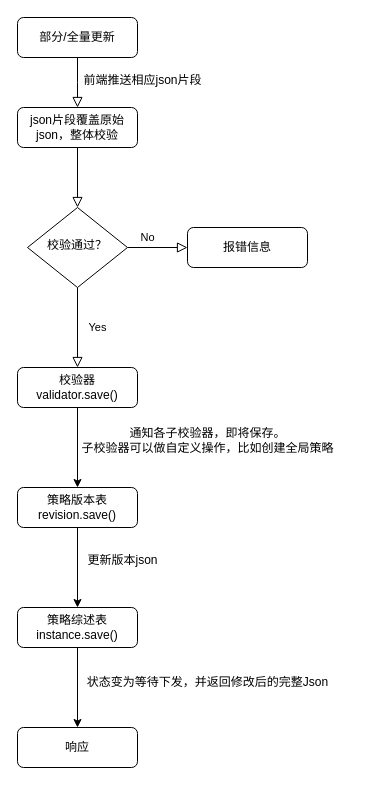
Above: policy_update.drawio in caihuayu0322/drawio-github (draw.io), before the change. Source tidied: cells renumbered, new cells numbered last; positions are measured from the earlier drawing's top-left corner, leaving out a move shared by most shapes. Both pictures are drawn from the tidied source at 100%, with x=0, y=0 at pixel (17, 17).
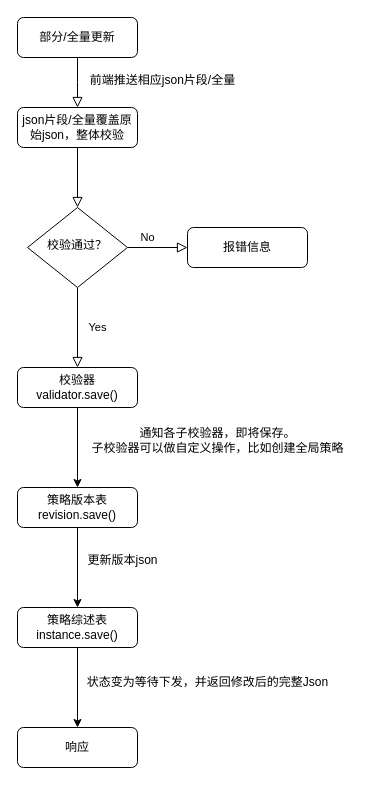
After the change.

What changed in the source:
```diff
@@
-    <mxCell id="11" value="前端推送相应json片段" style="text;html=1;align=center;verticalAlign=middle;strokeColor=none;fillColor=none;" parent="1" vertex="1">
-      <mxGeometry x="55" y="48" width="140" height="30" as="geometry" />
+    <mxCell id="11" value="前端推送相应json片段/全量" style="text;html=1;align=center;verticalAlign=middle;strokeColor=none;fillColor=none;" parent="1" vertex="1">
+      <mxGeometry x="60" y="48" width="170" height="30" as="geometry" />
     </mxCell>
-    <mxCell id="12" value="json片段覆盖原始json，整体校验" style="rounded=1;whiteSpace=wrap;html=1;fontSize=12;glass=0;strokeWidth=1;shadow=0;" parent="1" vertex="1">
+    <mxCell id="12" value="json片段/全量覆盖原始json，整体校验" style="rounded=1;whiteSpace=wrap;html=1;fontSize=12;glass=0;strokeWidth=1;shadow=0;" parent="1" vertex="1">
       <mxGeometry y="90" width="120" height="40" as="geometry" />
     </mxCell>
@@
     <mxCell id="17" value="通知各子校验器，即将保存。&lt;br&gt;子校验器可以做自定义操作，比如创建全局策略" style="text;html=1;align=center;verticalAlign=middle;strokeColor=none;fillColor=none;" parent="1" vertex="1">
-      <mxGeometry x="50" y="403" width="280" height="40" as="geometry" />
+      <mxGeometry x="60" y="403" width="280" height="40" as="geometry" />
     </mxCell>
```
